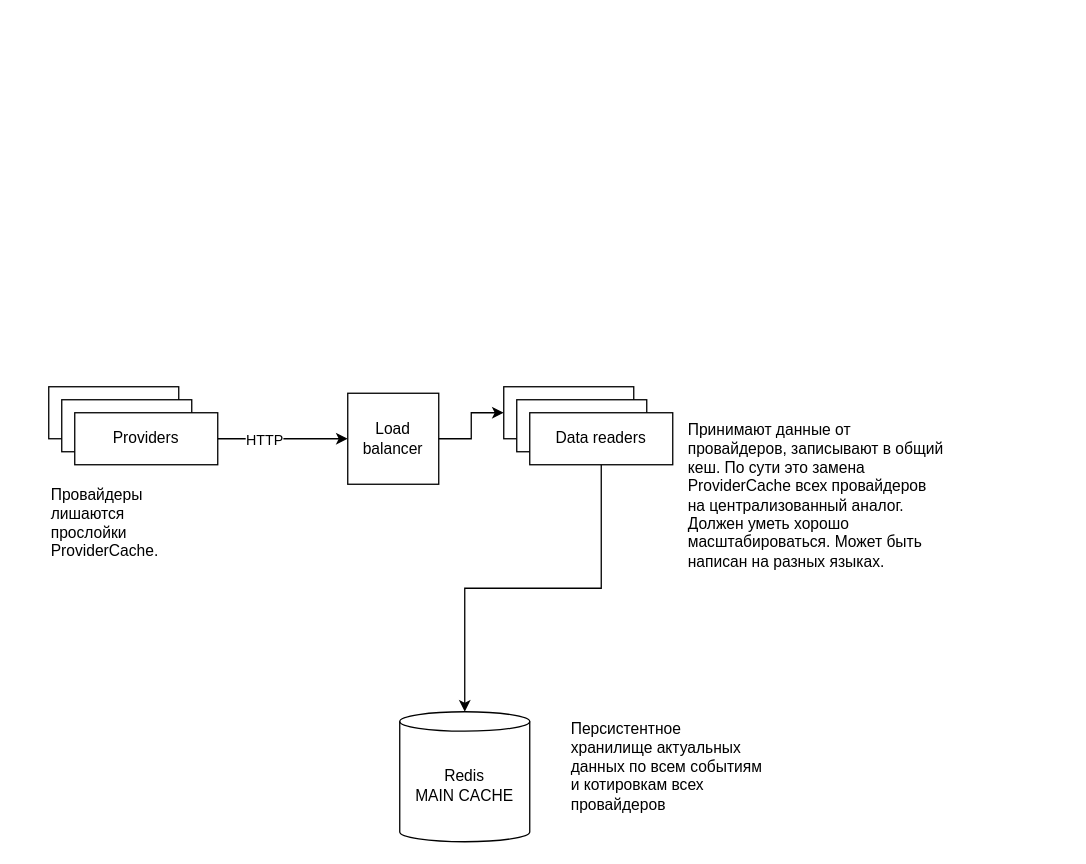
This is diag/sc1.drawio from isvinogradov/diag, a draw.io file, before an edit. Source tidied: cells renumbered, new cells numbered last; positions are measured from the earlier drawing's top-left corner, leaving out a move shared by most shapes. Both pictures are drawn from the tidied source at 130%, with x=0, y=0 at pixel (48, 386).
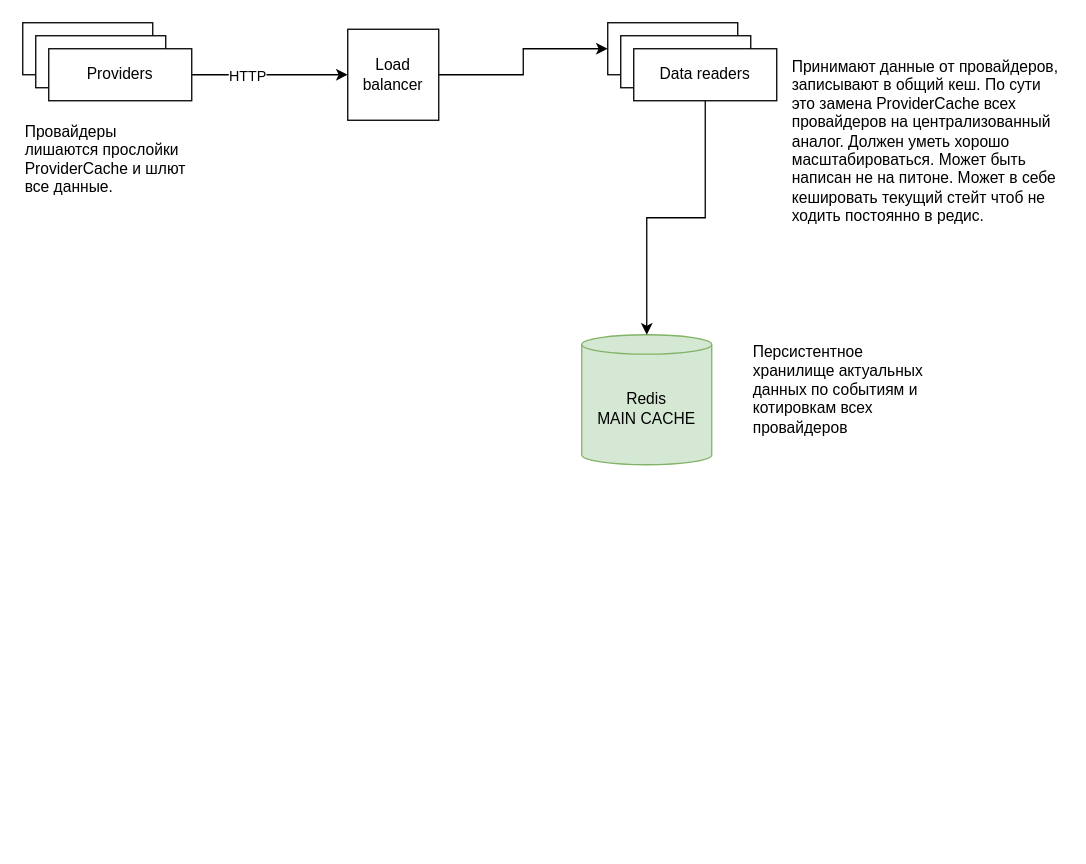
The same page after the edit.

What changed in the source:
```diff
@@
 <mxGraphModel>
   <root>
     <mxCell id="0" />
     <mxCell id="1" parent="0" />
     <mxCell id="2" style="rounded=0;whiteSpace=wrap;html=1;" parent="1" vertex="1">
-      <mxGeometry width="100" height="40" as="geometry" />
+      <mxGeometry x="-20" y="-280" width="100" height="40" as="geometry" />
     </mxCell>
     <mxCell id="3" style="rounded=0;whiteSpace=wrap;html=1;" parent="1" vertex="1">
-      <mxGeometry x="10" y="10" width="100" height="40" as="geometry" />
+      <mxGeometry x="-10" y="-270" width="100" height="40" as="geometry" />
     </mxCell>
     <mxCell id="4" style="edgeStyle=orthogonalEdgeStyle;rounded=0;jettySize=auto;html=1;" parent="1" edge="1" source="6" target="8">
       <mxGeometry relative="1" as="geometry" />
     </mxCell>
     <mxCell id="5" value="HTTP" style="edgeLabel;html=1;align=center;verticalAlign=middle;" parent="4" vertex="1">
       <mxGeometry x="-0.3" relative="1" as="geometry" />
     </mxCell>
     <mxCell id="6" value="&lt;div&gt;Providers&lt;/div&gt;" style="rounded=0;whiteSpace=wrap;html=1;" parent="1" vertex="1">
-      <mxGeometry x="20" y="20" width="110" height="40" as="geometry" />
+      <mxGeometry y="-260" width="110" height="40" as="geometry" />
     </mxCell>
-    <mxCell id="7" value="Redis&lt;br&gt;MAIN CACHE" style="shape=cylinder3;whiteSpace=wrap;html=1;boundedLbl=1;backgroundOutline=1;size=7.448275862069011;" parent="1" vertex="1">
-      <mxGeometry x="270" y="250" width="100" height="100" as="geometry" />
+    <mxCell id="7" value="Redis&lt;br&gt;MAIN CACHE" style="shape=cylinder3;whiteSpace=wrap;html=1;boundedLbl=1;backgroundOutline=1;size=7.448275862069011;fillColor=#d5e8d4;strokeColor=#82b366;" parent="1" vertex="1">
+      <mxGeometry x="410" y="-40" width="100" height="100" as="geometry" />
     </mxCell>
     <mxCell id="8" value="Load balancer" style="whiteSpace=wrap;html=1;" parent="1" vertex="1">
-      <mxGeometry x="230" y="5" width="70" height="70" as="geometry" />
+      <mxGeometry x="230" y="-275" width="70" height="70" as="geometry" />
     </mxCell>
     <mxCell id="9" style="rounded=0;whiteSpace=wrap;html=1;" parent="1" vertex="1">
-      <mxGeometry x="350" width="100" height="40" as="geometry" />
+      <mxGeometry x="430" y="-280" width="100" height="40" as="geometry" />
     </mxCell>
     <mxCell id="10" style="rounded=0;whiteSpace=wrap;html=1;" parent="1" vertex="1">
-      <mxGeometry x="360" y="10" width="100" height="40" as="geometry" />
+      <mxGeometry x="440" y="-270" width="100" height="40" as="geometry" />
     </mxCell>
     <mxCell id="11" style="edgeStyle=orthogonalEdgeStyle;rounded=0;jettySize=auto;html=1;entryX=0;entryY=0.5;entryDx=0;entryDy=0;" parent="1" edge="1" source="8" target="9">
       <mxGeometry relative="1" as="geometry" />
     </mxCell>
     <mxCell id="12" style="edgeStyle=orthogonalEdgeStyle;rounded=0;jettySize=auto;html=1;" parent="1" edge="1" source="13" target="7">
       <mxGeometry relative="1" as="geometry" />
     </mxCell>
     <mxCell id="13" value="Data readers" style="rounded=0;whiteSpace=wrap;html=1;" parent="1" vertex="1">
-      <mxGeometry x="370" y="20" width="110" height="40" as="geometry" />
+      <mxGeometry x="450" y="-260" width="110" height="40" as="geometry" />
     </mxCell>
-    <mxCell id="14" value="Персистентное хранилище актуальных данных по всем событиям и котировкам всех провайдеров" style="text;html=1;strokeColor=none;fillColor=none;align=left;verticalAlign=top;whiteSpace=wrap;rounded=0;" parent="1" vertex="1">
-      <mxGeometry x="400" y="250" width="150" height="100" as="geometry" />
+    <mxCell id="14" value="Персистентное хранилище актуальных данных по событиям и котировкам всех провайдеров" style="text;html=1;strokeColor=none;fillColor=none;align=left;verticalAlign=top;whiteSpace=wrap;rounded=0;" parent="1" vertex="1">
+      <mxGeometry x="540" y="-40" width="150" height="90" as="geometry" />
     </mxCell>
-    <mxCell id="15" value="Принимают данные от провайдеров, записывают в общий кеш. По сути это замена ProviderCache всех провайдеров на централизованный аналог. Должен уметь хорошо масштабироваться. Может быть написан на разных языках." style="text;html=1;strokeColor=none;fillColor=none;align=left;verticalAlign=top;whiteSpace=wrap;rounded=0;" parent="1" vertex="1">
-      <mxGeometry x="490" y="20" width="200" height="150" as="geometry" />
+    <mxCell id="15" value="Принимают данные от провайдеров, записывают в общий кеш. По сути это замена ProviderCache всех провайдеров на централизованный аналог. Должен уметь хорошо масштабироваться. Может быть написан не на питоне. Может в себе кешировать текущий стейт чтоб не ходить постоянно в редис." style="text;html=1;strokeColor=none;fillColor=none;align=left;verticalAlign=top;whiteSpace=wrap;rounded=0;" parent="1" vertex="1">
+      <mxGeometry x="570" y="-260" width="210" height="150" as="geometry" />
     </mxCell>
-    <mxCell id="16" value="Провайдеры лишаются прослойки ProviderCache." style="text;html=1;strokeColor=none;fillColor=none;align=left;verticalAlign=top;whiteSpace=wrap;rounded=0;" parent="1" vertex="1">
-      <mxGeometry y="70" width="110" height="70" as="geometry" />
+    <mxCell id="16" value="Провайдеры лишаются прослойки ProviderCache и шлют все данные." style="text;html=1;strokeColor=none;fillColor=none;align=left;verticalAlign=top;whiteSpace=wrap;rounded=0;" parent="1" vertex="1">
+      <mxGeometry x="-20" y="-210" width="130" height="90" as="geometry" />
     </mxCell>
   </root>
 </mxGraphModel>
```
